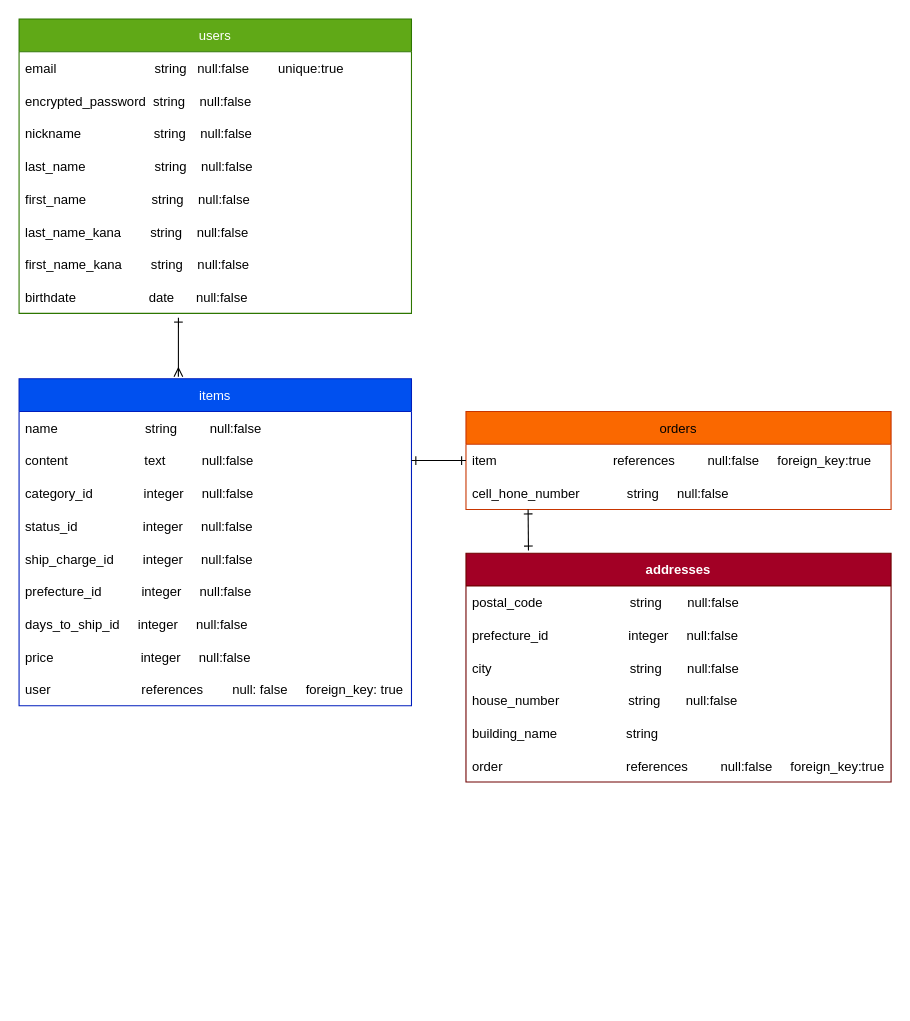
The draw.io diagram test.dio in Fuwa0319/furima-37397, before the edit. Source tidied: cells renumbered, new cells numbered last; positions are measured from the earlier drawing's top-left corner, leaving out a move shared by most shapes. Both pictures are drawn from the tidied source at 109%, with x=0, y=0 at pixel (19, 19).
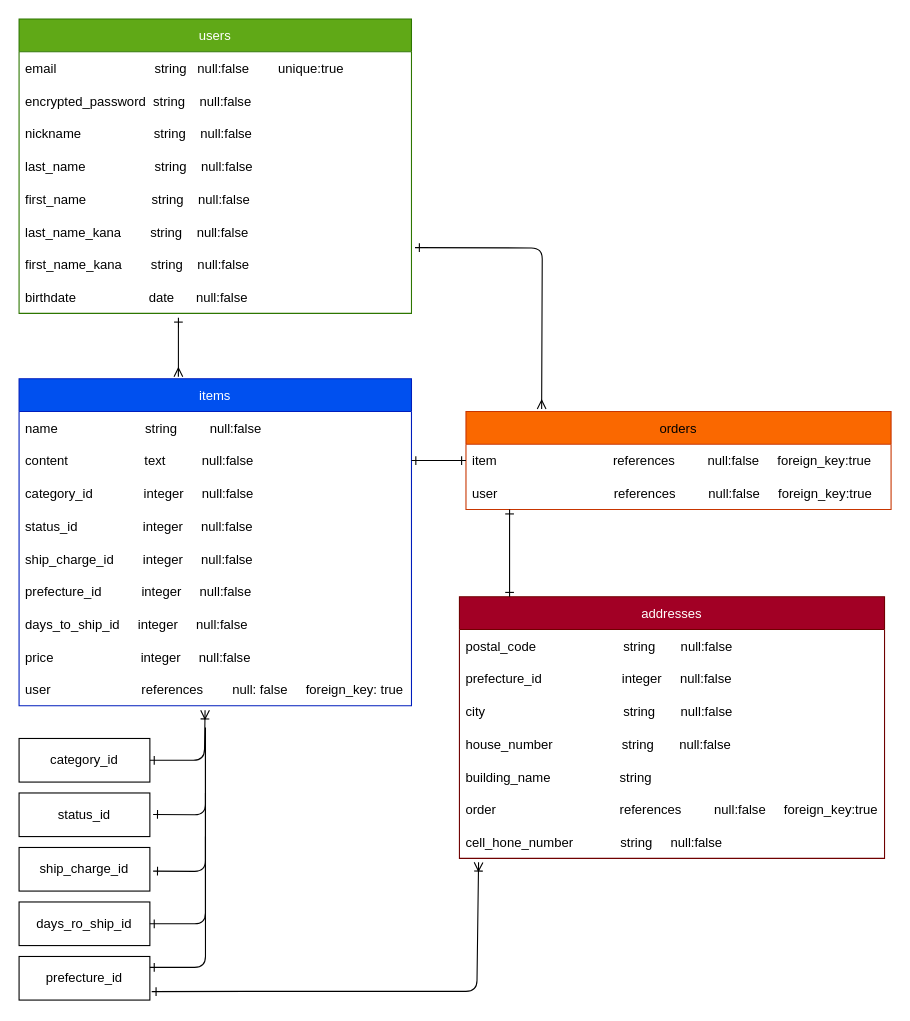
The same page after the edit.

The change refers to these unchanged cells:
```xml
<mxCell id="9" value="first_name_kana        string    null:false" style="text;strokeColor=none;fillColor=none;align=left;verticalAlign=middle;spacingLeft=4;spacingRight=4;overflow=hidden;points=[[0,0.5],[1,0.5]];portConstraint=eastwest;" parent="2" vertex="1">
  <mxGeometry y="210" width="360" height="30" as="geometry" />
</mxCell>
<mxCell id="20" value="user                         references        null: false     foreign_key: true" style="text;strokeColor=none;fillColor=none;align=left;verticalAlign=middle;spacingLeft=4;spacingRight=4;overflow=hidden;points=[[0,0.5],[1,0.5]];portConstraint=eastwest;fontStyle=0;" parent="11" vertex="1">
  <mxGeometry y="270" width="360" height="30" as="geometry" />
</mxCell>
<mxCell id="30" value="orders" style="swimlane;fontStyle=0;horizontal=1;startSize=30;fillColor=#fa6800;fontColor=#000000;strokeColor=#C73500;swimlaneFillColor=default;" parent="1" vertex="1">
  <mxGeometry x="410" y="360" width="390" height="90" as="geometry" />
</mxCell>
```

What changed in the source:
```diff
@@
-    <mxCell id="21" value="addresses" style="swimlane;fontStyle=1;horizontal=1;startSize=30;strokeColor=#6F0000;fillColor=#a20025;fontColor=#ffffff;swimlaneFillColor=default;perimeterSpacing=0;" parent="1" vertex="1">
-      <mxGeometry x="410" y="490" width="390" height="210" as="geometry" />
+    <mxCell id="21" value="addresses" style="swimlane;fontStyle=0;horizontal=1;startSize=30;strokeColor=#6F0000;fillColor=#a20025;fontColor=#ffffff;swimlaneFillColor=default;perimeterSpacing=0;" parent="1" vertex="1">
+      <mxGeometry x="404" y="530" width="390" height="240" as="geometry" />
     </mxCell>
@@
+    <mxCell id="32" value="cell_hone_number             string     null:false" style="text;strokeColor=none;fillColor=none;align=left;verticalAlign=middle;spacingLeft=4;spacingRight=4;overflow=hidden;points=[[0,0.5],[1,0.5]];portConstraint=eastwest;" parent="21" vertex="1">
+      <mxGeometry y="210" width="390" height="30" as="geometry" />
+    </mxCell>
@@
-    <mxCell id="32" value="cell_hone_number             string     null:false" style="text;strokeColor=none;fillColor=none;align=left;verticalAlign=middle;spacingLeft=4;spacingRight=4;overflow=hidden;points=[[0,0.5],[1,0.5]];portConstraint=eastwest;" parent="30" vertex="1">
-      <mxGeometry y="60" width="390" height="30" as="geometry" />
-    </mxCell>
+    <mxCell id="35" value="user                                references         null:false     foreign_key:true " style="text;strokeColor=none;fillColor=none;align=left;verticalAlign=middle;spacingLeft=4;spacingRight=4;overflow=hidden;" parent="30" vertex="1">
+      <mxGeometry y="60" width="390" height="30" as="geometry" />
+    </mxCell>
+    <mxCell id="36" style="edgeStyle=none;html=1;endArrow=ERone;endFill=0;startArrow=ERone;startFill=0;" parent="30" edge="1">
+      <mxGeometry relative="1" as="geometry">
+        <mxPoint x="40" y="170" as="sourcePoint" />
+        <mxPoint x="40" y="90" as="targetPoint" />
+      </mxGeometry>
+    </mxCell>
@@
-    <mxCell id="34" style="edgeStyle=none;html=1;exitX=0.147;exitY=-0.012;exitDx=0;exitDy=0;endArrow=ERone;endFill=0;startArrow=ERone;startFill=0;exitPerimeter=0;" parent="1" edge="1" source="21">
-      <mxGeometry relative="1" as="geometry">
-        <mxPoint x="467" y="450" as="targetPoint" />
-      </mxGeometry>
-    </mxCell>
+    <mxCell id="37" style="edgeStyle=none;html=1;exitX=1.009;exitY=-0.011;exitDx=0;exitDy=0;startArrow=ERone;startFill=0;endArrow=ERmany;endFill=0;exitPerimeter=0;entryX=0.178;entryY=-0.026;entryDx=0;entryDy=0;entryPerimeter=0;" parent="1" edge="1" source="9" target="30">
+      <mxGeometry relative="1" as="geometry">
+        <Array as="points">
+          <mxPoint x="480" y="210" />
+        </Array>
+      </mxGeometry>
+    </mxCell>
+    <mxCell id="38" style="edgeStyle=none;html=1;exitX=1;exitY=0.5;exitDx=0;exitDy=0;startArrow=ERone;startFill=0;endArrow=ERoneToMany;endFill=0;entryX=0.474;entryY=1.136;entryDx=0;entryDy=0;entryPerimeter=0;" parent="1" edge="1" source="39" target="20">
+      <mxGeometry relative="1" as="geometry">
+        <Array as="points">
+          <mxPoint x="170" y="680" />
+        </Array>
+      </mxGeometry>
+    </mxCell>
+    <mxCell id="39" value="category_id" style="rounded=0;whiteSpace=wrap;html=1;" parent="1" vertex="1">
+      <mxGeometry y="660" width="120" height="40" as="geometry" />
+    </mxCell>
+    <mxCell id="40" value="status_id" style="rounded=0;whiteSpace=wrap;html=1;" parent="1" vertex="1">
+      <mxGeometry y="710" width="120" height="40" as="geometry" />
+    </mxCell>
+    <mxCell id="41" value="ship_charge_id" style="rounded=0;whiteSpace=wrap;html=1;" parent="1" vertex="1">
+      <mxGeometry y="760" width="120" height="40" as="geometry" />
+    </mxCell>
+    <mxCell id="42" value="days_ro_ship_id" style="rounded=0;whiteSpace=wrap;html=1;" parent="1" vertex="1">
+      <mxGeometry y="810" width="120" height="40" as="geometry" />
+    </mxCell>
+    <mxCell id="43" value="prefecture_id" style="rounded=0;whiteSpace=wrap;html=1;" parent="1" vertex="1">
+      <mxGeometry y="860" width="120" height="40" as="geometry" />
+    </mxCell>
+    <mxCell id="44" style="edgeStyle=none;html=1;exitX=1.025;exitY=0.492;exitDx=0;exitDy=0;startArrow=ERone;startFill=0;endArrow=none;endFill=0;exitPerimeter=0;" parent="1" edge="1" source="40">
+      <mxGeometry relative="1" as="geometry">
+        <mxPoint x="171" y="650" as="targetPoint" />
+        <Array as="points">
+          <mxPoint x="171" y="730" />
+        </Array>
+      </mxGeometry>
+    </mxCell>
+    <mxCell id="45" style="edgeStyle=none;html=1;exitX=1.025;exitY=0.542;exitDx=0;exitDy=0;startArrow=ERone;startFill=0;endArrow=none;endFill=0;exitPerimeter=0;" parent="1" edge="1" source="41">
+      <mxGeometry relative="1" as="geometry">
+        <mxPoint x="171" y="670" as="targetPoint" />
+        <Array as="points">
+          <mxPoint x="171" y="782" />
+        </Array>
+      </mxGeometry>
+    </mxCell>
+    <mxCell id="46" style="edgeStyle=none;html=1;exitX=1;exitY=0.5;exitDx=0;exitDy=0;startArrow=ERone;startFill=0;endArrow=none;endFill=0;" parent="1" edge="1">
+      <mxGeometry relative="1" as="geometry">
+        <mxPoint x="120" y="830" as="sourcePoint" />
+        <mxPoint x="171" y="710" as="targetPoint" />
+        <Array as="points">
+          <mxPoint x="140" y="830" />
+          <mxPoint x="171" y="830" />
+        </Array>
+      </mxGeometry>
+    </mxCell>
+    <mxCell id="47" style="edgeStyle=none;html=1;exitX=1;exitY=0.5;exitDx=0;exitDy=0;startArrow=ERone;startFill=0;endArrow=none;endFill=0;" parent="1" edge="1">
+      <mxGeometry relative="1" as="geometry">
+        <mxPoint x="120" y="870" as="sourcePoint" />
+        <mxPoint x="171" y="750" as="targetPoint" />
+        <Array as="points">
+          <mxPoint x="140" y="870" />
+          <mxPoint x="171" y="870" />
+        </Array>
+      </mxGeometry>
+    </mxCell>
+    <mxCell id="48" style="edgeStyle=none;html=1;exitX=1.014;exitY=0.807;exitDx=0;exitDy=0;startArrow=ERone;startFill=0;endArrow=ERoneToMany;endFill=0;exitPerimeter=0;entryX=0.045;entryY=1.122;entryDx=0;entryDy=0;entryPerimeter=0;" parent="1" edge="1" source="43" target="32">
+      <mxGeometry relative="1" as="geometry">
+        <Array as="points">
+          <mxPoint x="220" y="892" />
+          <mxPoint x="420" y="892" />
+        </Array>
+      </mxGeometry>
+    </mxCell>
```
